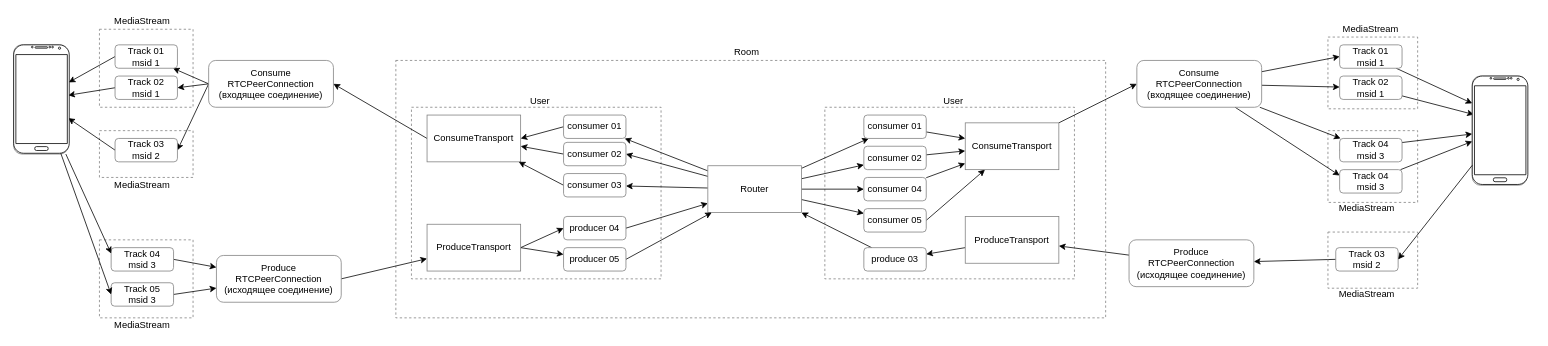
This is page "Схема" (4 of 4) of docs/Диаграммы.drawio from den59k/media-server, a draw.io file, before an edit. Source tidied: cells renumbered, new cells numbered last; positions are measured from the earlier drawing's top-left corner, leaving out a move shared by most shapes. Both pictures are drawn from the tidied source at 78%, with x=0, y=0 at pixel (13, 13).
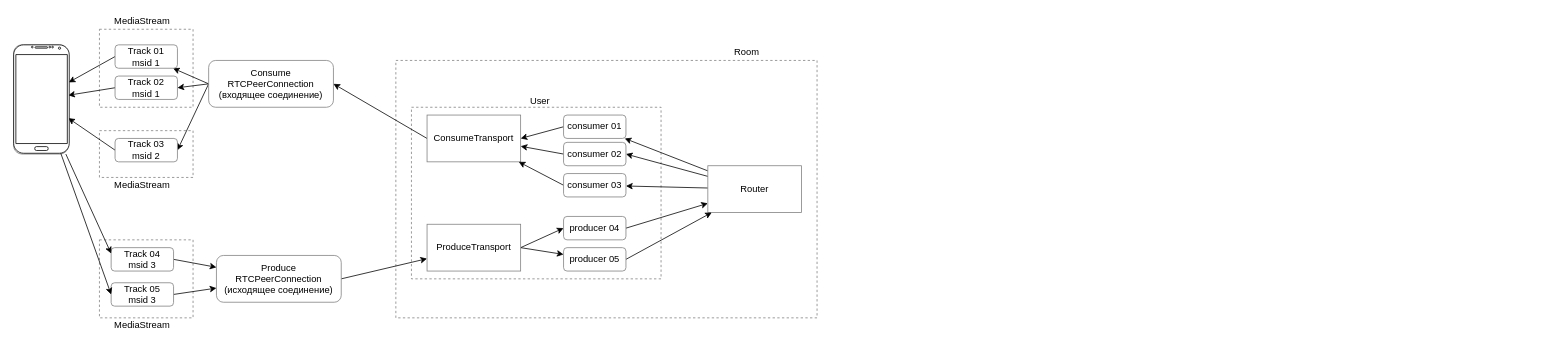
The same page after the edit.

The change refers to these unchanged cells:
```xml
<mxCell id="47" value="Router" style="rounded=0;whiteSpace=wrap;html=1;fontSize=12;strokeColor=#808080;align=center;" parent="1" vertex="1">
  <mxGeometry x="890" y="195" width="120" height="60" as="geometry" />
</mxCell>
```

Diff of the diagram source:
```diff
@@
-    <mxCell id="2" style="rounded=0;whiteSpace=wrap;html=1;fontSize=12;strokeColor=#808080;align=center;fillColor=none;dashed=1;" parent="1" vertex="1">
-      <mxGeometry x="1685" y="150" width="115" height="92" as="geometry" />
-    </mxCell>
-    <mxCell id="3" style="rounded=0;whiteSpace=wrap;html=1;fontSize=12;strokeColor=#808080;align=center;fillColor=none;dashed=1;" parent="1" vertex="1">
-      <mxGeometry x="1685" y="30" width="115" height="92" as="geometry" />
-    </mxCell>
     <mxCell id="4" style="rounded=0;whiteSpace=wrap;html=1;dashed=1;fontSize=12;strokeColor=#808080;align=center;fillColor=none;" parent="1" vertex="1">
-      <mxGeometry x="490" y="60" width="910" height="330" as="geometry" />
+      <mxGeometry x="490" y="60" width="540" height="330" as="geometry" />
     </mxCell>
-    <mxCell id="5" style="rounded=0;whiteSpace=wrap;html=1;dashed=1;fontSize=12;strokeColor=#808080;align=center;" parent="1" vertex="1">
-      <mxGeometry x="1040" y="120" width="320" height="220" as="geometry" />
-    </mxCell>
-    <mxCell id="6" style="rounded=0;whiteSpace=wrap;html=1;dashed=1;fontSize=12;strokeColor=#808080;align=center;" parent="1" vertex="1">
+    <mxCell id="6" style="rounded=0;whiteSpace=wrap;html=1;dashed=1;fontSize=12;strokeColor=#808080;align=center;fillColor=none;" parent="1" vertex="1">
       <mxGeometry x="510" y="120" width="320" height="220" as="geometry" />
     </mxCell>
-    <mxCell id="7" style="rounded=0;whiteSpace=wrap;html=1;fontSize=12;strokeColor=#808080;align=center;dashed=1;" parent="1" vertex="1">
+    <mxCell id="7" style="rounded=0;whiteSpace=wrap;html=1;fontSize=12;strokeColor=#808080;align=center;dashed=1;fillColor=none;" parent="1" vertex="1">
       <mxGeometry x="110" y="290" width="120" height="100" as="geometry" />
     </mxCell>
@@
-    <mxCell id="9" style="rounded=0;whiteSpace=wrap;html=1;fontSize=12;strokeColor=#808080;align=center;dashed=1;" parent="1" vertex="1">
+    <mxCell id="9" style="rounded=0;whiteSpace=wrap;html=1;fontSize=12;strokeColor=#808080;align=center;dashed=1;fillColor=none;" parent="1" vertex="1">
       <mxGeometry x="110" y="20" width="120" height="100" as="geometry" />
     </mxCell>
@@
-    <mxCell id="43" style="edgeStyle=none;rounded=0;jettySize=auto;html=1;fontSize=12;" parent="1" edge="1" source="47" target="63">
-      <mxGeometry relative="1" as="geometry" />
-    </mxCell>
-    <mxCell id="44" style="edgeStyle=none;rounded=0;jettySize=auto;html=1;fontSize=12;" parent="1" edge="1" source="47" target="65">
-      <mxGeometry relative="1" as="geometry" />
-    </mxCell>
-    <mxCell id="45" style="edgeStyle=none;rounded=0;jettySize=auto;html=1;fontSize=12;" parent="1" edge="1" source="47" target="67">
-      <mxGeometry relative="1" as="geometry" />
-    </mxCell>
-    <mxCell id="46" style="edgeStyle=none;rounded=0;jettySize=auto;html=1;fontSize=12;" parent="1" edge="1" source="47" target="69">
-      <mxGeometry relative="1" as="geometry" />
-    </mxCell>
@@
-    <mxCell id="59" value="User" style="text;html=1;strokeColor=none;fillColor=none;align=center;verticalAlign=middle;whiteSpace=wrap;rounded=0;dashed=1;fontSize=12;" parent="1" vertex="1">
-      <mxGeometry x="1110" y="102" width="190" height="20" as="geometry" />
-    </mxCell>
-    <mxCell id="60" style="edgeStyle=none;rounded=0;jettySize=auto;html=1;fontSize=12;" parent="1" edge="1" source="61" target="47">
-      <mxGeometry relative="1" as="geometry" />
-    </mxCell>
-    <mxCell id="61" value="produce 03" style="rounded=1;whiteSpace=wrap;html=1;fontSize=12;strokeColor=#808080;align=center;" parent="1" vertex="1">
-      <mxGeometry x="1090" y="300" width="80" height="30" as="geometry" />
-    </mxCell>
-    <mxCell id="62" style="edgeStyle=none;rounded=0;jettySize=auto;html=1;fontSize=12;" parent="1" edge="1" source="63" target="71">
-      <mxGeometry relative="1" as="geometry" />
-    </mxCell>
-    <mxCell id="63" value="consumer 01" style="rounded=1;whiteSpace=wrap;html=1;fontSize=12;strokeColor=#808080;align=center;" parent="1" vertex="1">
-      <mxGeometry x="1090" y="130" width="80" height="30" as="geometry" />
-    </mxCell>
-    <mxCell id="64" style="edgeStyle=none;rounded=0;jettySize=auto;html=1;fontSize=12;" parent="1" edge="1" source="65" target="71">
-      <mxGeometry relative="1" as="geometry" />
-    </mxCell>
-    <mxCell id="65" value="consumer 02" style="rounded=1;whiteSpace=wrap;html=1;fontSize=12;strokeColor=#808080;align=center;" parent="1" vertex="1">
-      <mxGeometry x="1090" y="170" width="80" height="30" as="geometry" />
-    </mxCell>
-    <mxCell id="66" style="edgeStyle=none;rounded=0;jettySize=auto;html=1;fontSize=12;" parent="1" edge="1" source="67" target="71">
-      <mxGeometry relative="1" as="geometry" />
-    </mxCell>
-    <mxCell id="67" value="consumer 04" style="rounded=1;whiteSpace=wrap;html=1;fontSize=12;strokeColor=#808080;align=center;" parent="1" vertex="1">
-      <mxGeometry x="1090" y="210" width="80" height="30" as="geometry" />
-    </mxCell>
-    <mxCell id="68" style="edgeStyle=none;rounded=0;jettySize=auto;html=1;exitX=1;exitY=0.5;exitDx=0;exitDy=0;fontSize=12;" parent="1" edge="1" source="69" target="71">
-      <mxGeometry relative="1" as="geometry" />
-    </mxCell>
-    <mxCell id="69" value="consumer 05" style="rounded=1;whiteSpace=wrap;html=1;fontSize=12;strokeColor=#808080;align=center;" parent="1" vertex="1">
-      <mxGeometry x="1090" y="250" width="80" height="30" as="geometry" />
-    </mxCell>
-    <mxCell id="70" style="edgeStyle=none;rounded=0;jettySize=auto;html=1;entryX=0;entryY=0.5;entryDx=0;entryDy=0;fontSize=12;" parent="1" edge="1" source="71" target="78">
-      <mxGeometry relative="1" as="geometry" />
-    </mxCell>
-    <mxCell id="71" value="ConsumeTransport" style="rounded=0;whiteSpace=wrap;html=1;fontSize=12;strokeColor=#808080;align=center;" parent="1" vertex="1">
-      <mxGeometry x="1220" y="140" width="120" height="60" as="geometry" />
-    </mxCell>
-    <mxCell id="72" style="edgeStyle=none;rounded=0;jettySize=auto;html=1;fontSize=12;" parent="1" edge="1" source="73" target="61">
-      <mxGeometry relative="1" as="geometry" />
-    </mxCell>
-    <mxCell id="73" value="ProduceTransport" style="rounded=0;whiteSpace=wrap;html=1;fontSize=12;strokeColor=#808080;align=center;" parent="1" vertex="1">
-      <mxGeometry x="1220" y="260" width="120" height="60" as="geometry" />
-    </mxCell>
-    <mxCell id="74" style="edgeStyle=none;rounded=0;jettySize=auto;html=1;entryX=0;entryY=0.5;entryDx=0;entryDy=0;fontSize=12;" parent="1" edge="1" source="78" target="82">
-      <mxGeometry relative="1" as="geometry" />
-    </mxCell>
-    <mxCell id="75" style="edgeStyle=none;rounded=0;jettySize=auto;html=1;fontSize=12;" parent="1" edge="1" source="78" target="84">
-      <mxGeometry relative="1" as="geometry" />
-    </mxCell>
-    <mxCell id="76" style="edgeStyle=none;rounded=0;jettySize=auto;html=1;fontSize=12;" parent="1" edge="1" source="78" target="86">
-      <mxGeometry relative="1" as="geometry" />
-    </mxCell>
-    <mxCell id="77" style="edgeStyle=none;rounded=0;jettySize=auto;html=1;entryX=0;entryY=0.25;entryDx=0;entryDy=0;fontSize=12;" parent="1" edge="1" source="78" target="96">
-      <mxGeometry relative="1" as="geometry" />
-    </mxCell>
-    <mxCell id="78" value="Consume&lt;br&gt;RTCPeerConnection&lt;br&gt;(входящее соединение)" style="rounded=1;whiteSpace=wrap;html=1;fontSize=12;strokeColor=#808080;align=center;" parent="1" vertex="1">
-      <mxGeometry x="1440" y="60" width="160" height="60" as="geometry" />
-    </mxCell>
-    <mxCell id="79" style="edgeStyle=none;rounded=0;jettySize=auto;html=1;fontSize=12;" parent="1" edge="1" source="80" target="73">
-      <mxGeometry relative="1" as="geometry" />
-    </mxCell>
-    <mxCell id="80" value="Produce&lt;br&gt;RTCPeerConnection&lt;br&gt;(исходящее соединение)" style="rounded=1;whiteSpace=wrap;html=1;fontSize=12;strokeColor=#808080;align=center;" parent="1" vertex="1">
-      <mxGeometry x="1430" y="290" width="160" height="60" as="geometry" />
-    </mxCell>
-    <mxCell id="81" style="edgeStyle=none;rounded=0;jettySize=auto;html=1;entryX=0;entryY=0.25;entryDx=0;entryDy=0;fontSize=12;" parent="1" edge="1" source="82" target="88">
-      <mxGeometry relative="1" as="geometry" />
-    </mxCell>
-    <mxCell id="82" value="Track 01&lt;br&gt;msid 1" style="rounded=1;whiteSpace=wrap;html=1;fontSize=12;strokeColor=#808080;align=center;" parent="1" vertex="1">
-      <mxGeometry x="1700" y="40" width="80" height="30" as="geometry" />
-    </mxCell>
-    <mxCell id="83" style="edgeStyle=none;rounded=0;jettySize=auto;html=1;entryX=0.028;entryY=0.355;entryDx=0;entryDy=0;entryPerimeter=0;fontSize=12;" parent="1" edge="1" source="84" target="89">
-      <mxGeometry relative="1" as="geometry" />
-    </mxCell>
-    <mxCell id="84" value="Track 02&lt;br&gt;msid 1" style="rounded=1;whiteSpace=wrap;html=1;fontSize=12;strokeColor=#808080;align=center;" parent="1" vertex="1">
-      <mxGeometry x="1700" y="80" width="80" height="30" as="geometry" />
-    </mxCell>
-    <mxCell id="85" style="edgeStyle=none;rounded=0;jettySize=auto;html=1;exitX=0;exitY=0.5;exitDx=0;exitDy=0;fontSize=12;" parent="1" edge="1" source="86" target="88">
-      <mxGeometry relative="1" as="geometry" />
-    </mxCell>
-    <mxCell id="86" value="Track 04&lt;br&gt;msid 3" style="rounded=1;whiteSpace=wrap;html=1;fontSize=12;strokeColor=#808080;align=center;" parent="1" vertex="1">
-      <mxGeometry x="1700" y="160" width="80" height="30" as="geometry" />
-    </mxCell>
-    <mxCell id="87" style="group;" parent="1" vertex="1">
-      <mxGeometry x="1870" y="80" width="80" height="144" as="geometry" />
-    </mxCell>
-    <mxCell id="88" style="rounded=1;whiteSpace=wrap;html=1;fontSize=12;strokeColor=#808080;align=center;" parent="87" vertex="1">
-      <mxGeometry width="70" height="140" as="geometry" />
-    </mxCell>
-    <mxCell id="89" style="verticalLabelPosition=bottom;verticalAlign=top;html=1;shadow=0;dashed=0;strokeWidth=1;shape=mxgraph.android.phone2;fontSize=12;align=center;" parent="87" vertex="1">
-      <mxGeometry width="71.3" height="139" as="geometry" />
-    </mxCell>
-    <mxCell id="90" value="MediaStream" style="text;html=1;strokeColor=none;fillColor=none;align=center;verticalAlign=middle;whiteSpace=wrap;rounded=0;dashed=1;fontSize=12;" parent="1" vertex="1">
-      <mxGeometry x="1685" y="10" width="110" height="20" as="geometry" />
-    </mxCell>
-    <mxCell id="91" value="MediaStream" style="text;html=1;strokeColor=none;fillColor=none;align=center;verticalAlign=middle;whiteSpace=wrap;rounded=0;dashed=1;fontSize=12;" parent="1" vertex="1">
-      <mxGeometry x="1680" y="240" width="110" height="20" as="geometry" />
-    </mxCell>
-    <mxCell id="92" style="edgeStyle=none;rounded=0;jettySize=auto;html=1;exitX=0;exitY=0.5;exitDx=0;exitDy=0;fontSize=12;" parent="1" edge="1" source="93" target="80">
-      <mxGeometry relative="1" as="geometry" />
-    </mxCell>
-    <mxCell id="93" value="Track 03&lt;br&gt;msid 2" style="rounded=1;whiteSpace=wrap;html=1;fontSize=12;strokeColor=#808080;align=center;" parent="1" vertex="1">
-      <mxGeometry x="1695" y="300" width="80" height="30" as="geometry" />
-    </mxCell>
-    <mxCell id="94" style="edgeStyle=none;rounded=0;jettySize=auto;html=1;entryX=1;entryY=0.5;entryDx=0;entryDy=0;fontSize=12;" parent="1" edge="1" source="88" target="93">
-      <mxGeometry relative="1" as="geometry" />
-    </mxCell>
-    <mxCell id="95" style="edgeStyle=none;rounded=0;jettySize=auto;html=1;fontSize=12;" parent="1" edge="1" source="96" target="88">
-      <mxGeometry relative="1" as="geometry" />
-    </mxCell>
-    <mxCell id="96" value="Track 04&lt;br&gt;msid 3" style="rounded=1;whiteSpace=wrap;html=1;fontSize=12;strokeColor=#808080;align=center;" parent="1" vertex="1">
-      <mxGeometry x="1700" y="200" width="80" height="30" as="geometry" />
-    </mxCell>
-    <mxCell id="97" style="rounded=0;whiteSpace=wrap;html=1;fontSize=12;strokeColor=#808080;align=center;fillColor=none;dashed=1;" parent="1" vertex="1">
-      <mxGeometry x="1685" y="280" width="115" height="72" as="geometry" />
-    </mxCell>
-    <mxCell id="98" value="MediaStream" style="text;html=1;strokeColor=none;fillColor=none;align=center;verticalAlign=middle;whiteSpace=wrap;rounded=0;dashed=1;fontSize=12;" parent="1" vertex="1">
-      <mxGeometry x="1680" y="350" width="110" height="20" as="geometry" />
-    </mxCell>
```
